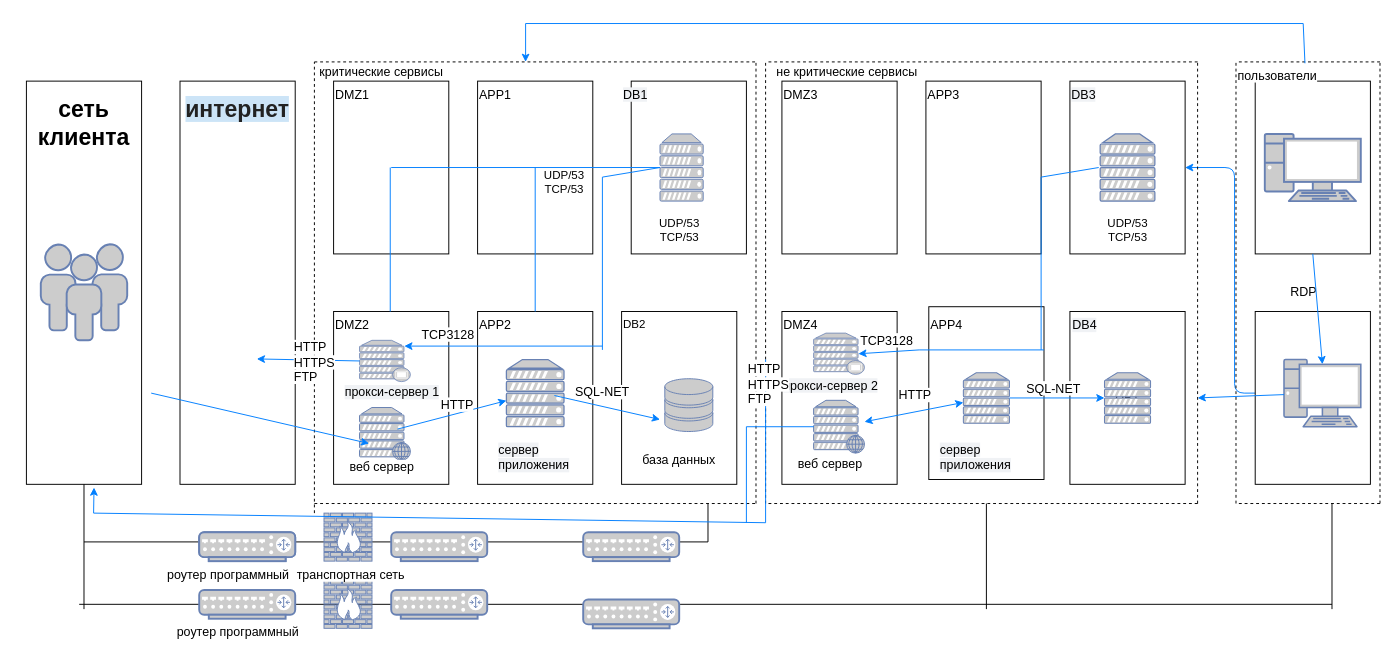
Before: ШИФТ.drawio in KotFedot21/-_1, a draw.io diagram. Source tidied: cells renumbered, new cells numbered last; positions are measured from the earlier drawing's top-left corner, leaving out a move shared by most shapes. Both pictures are drawn from the tidied source at 96%, with x=0, y=0 at pixel (16, 23).
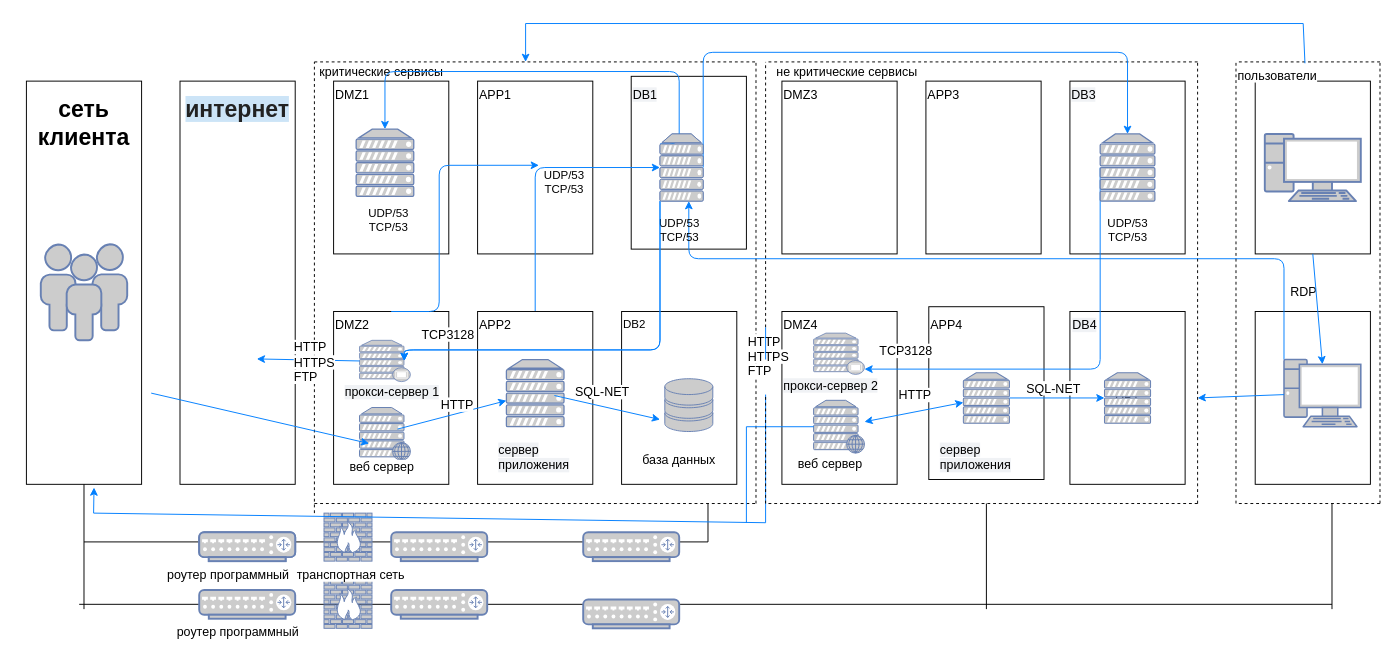
After the change.

The change refers to these unchanged cells:
```xml
<mxCell id="7" style="rounded=0;whiteSpace=wrap;html=1;" parent="1" vertex="1">
  <mxGeometry x="330" y="300" width="120" height="180" as="geometry" />
</mxCell>
<mxCell id="8" style="rounded=0;whiteSpace=wrap;html=1;" parent="1" vertex="1">
  <mxGeometry x="480" y="60" width="120" height="180" as="geometry" />
</mxCell>
<mxCell id="10" style="rounded=0;whiteSpace=wrap;html=1;" parent="1" vertex="1">
  <mxGeometry x="480" y="300" width="120" height="180" as="geometry" />
</mxCell>
<mxCell id="15" style="rounded=0;whiteSpace=wrap;html=1;" parent="1" vertex="1">
  <mxGeometry x="1097" y="60" width="120" height="180" as="geometry" />
</mxCell>
<mxCell id="23" style="fontColor=#0066CC;verticalAlign=top;verticalLabelPosition=bottom;labelPosition=center;align=center;html=1;outlineConnect=0;fillColor=#CCCCCC;strokeColor=#6881B3;gradientColor=none;gradientDirection=north;strokeWidth=2;shape=mxgraph.networks.proxy_server;" parent="1" vertex="1">
  <mxGeometry x="357" y="330" width="53" height="43" as="geometry" />
</mxCell>
<mxCell id="27" style="fontColor=#0066CC;verticalAlign=top;verticalLabelPosition=bottom;labelPosition=center;align=center;html=1;outlineConnect=0;fillColor=#CCCCCC;strokeColor=#6881B3;gradientColor=none;gradientDirection=north;strokeWidth=2;shape=mxgraph.networks.pc;" parent="1" vertex="1">
  <mxGeometry x="1320" y="350" width="80" height="70" as="geometry" />
</mxCell>
<mxCell id="30" style="fontColor=#0066CC;verticalAlign=top;verticalLabelPosition=bottom;labelPosition=center;align=center;html=1;outlineConnect=0;fillColor=#CCCCCC;strokeColor=#6881B3;gradientColor=none;gradientDirection=north;strokeWidth=2;shape=mxgraph.networks.proxy_server;" parent="1" vertex="1">
  <mxGeometry x="830" y="322.5" width="53" height="43" as="geometry" />
</mxCell>
<mxCell id="66" value="&lt;span style=&quot;color: rgb(0 , 0 , 0) ; font-size: 13px ; font-style: normal ; font-weight: 400 ; letter-spacing: normal ; text-align: left ; text-indent: 0px ; text-transform: none ; word-spacing: 0px ; background-color: rgb(255 , 255 , 255) ; display: inline ; float: none&quot;&gt;APP2&lt;/span&gt;" style="text;whiteSpace=wrap;html=1;" parent="1" vertex="1">
  <mxGeometry x="480" y="300" width="60" height="30" as="geometry" />
</mxCell>
<mxCell id="111" style="fontColor=#0066CC;verticalAlign=top;verticalLabelPosition=bottom;labelPosition=center;align=center;html=1;outlineConnect=0;fillColor=#CCCCCC;strokeColor=#6881B3;gradientColor=none;gradientDirection=north;strokeWidth=2;shape=mxgraph.networks.server;" parent="1" vertex="1">
  <mxGeometry x="1128.5" y="115" width="57" height="70" as="geometry" />
</mxCell>
<mxCell id="112" style="fontColor=#0066CC;verticalAlign=top;verticalLabelPosition=bottom;labelPosition=center;align=center;html=1;outlineConnect=0;fillColor=#CCCCCC;strokeColor=#6881B3;gradientColor=none;gradientDirection=north;strokeWidth=2;shape=mxgraph.networks.server;" parent="1" vertex="1">
  <mxGeometry x="670" y="115" width="45" height="70" as="geometry" />
</mxCell>
<mxCell id="120" value="UDP/53&lt;br&gt;TCP/53" style="text;html=1;align=center;verticalAlign=middle;points=[];" parent="1" vertex="1">
  <mxGeometry x="540" y="150" width="60" height="30" as="geometry" />
</mxCell>
```

Diff of the diagram source:
```diff
@@
     <mxCell id="9" style="rounded=0;whiteSpace=wrap;html=1;" parent="1" vertex="1">
-      <mxGeometry x="640" y="60" width="120" height="180" as="geometry" />
+      <mxGeometry x="640" y="55" width="120" height="180" as="geometry" />
     </mxCell>
+    <mxCell id="124" style="edgeStyle=orthogonalEdgeStyle;rounded=1;jettySize=auto;html=1;exitX=0.5;exitY=0;exitDx=0;exitDy=0;strokeColor=#007FFF;" parent="1" edge="1" source="10">
+      <mxGeometry relative="1" as="geometry">
+        <mxPoint x="670" y="150" as="targetPoint" />
+        <Array as="points">
+          <mxPoint x="540" y="150" />
+        </Array>
+      </mxGeometry>
+    </mxCell>
@@
-    <mxCell id="19" style="edgeStyle=orthogonalEdgeStyle;rounded=1;jettySize=auto;html=1;exitX=0;exitY=0.5;exitDx=0;exitDy=0;strokeColor=#007FFF;exitPerimeter=0;entryX=1;entryY=0.5;entryDx=0;entryDy=0;" parent="1" edge="1" source="27" target="15">
-      <mxGeometry relative="1" as="geometry" />
-    </mxCell>
@@
+    <mxCell id="125" style="edgeStyle=orthogonalEdgeStyle;rounded=1;jettySize=auto;html=1;exitX=0;exitY=0;exitDx=0;exitDy=0;exitPerimeter=0;strokeColor=#007FFF;" parent="1" edge="1" source="27" target="134">
+      <mxGeometry relative="1" as="geometry">
+        <Array as="points">
+          <mxPoint x="1320" y="245" />
+          <mxPoint x="700" y="245" />
+        </Array>
+      </mxGeometry>
+    </mxCell>
@@
-    <mxCell id="47" style="endArrow=none;dashed=1;html=1;" parent="1" edge="1">
+    <mxCell id="47" style="endArrow=none;dashed=1;html=1;" parent="1" edge="1" source="105">
       <mxGeometry relative="1" as="geometry">
-        <mxPoint x="780" y="500" as="sourcePoint" />
         <mxPoint x="780" y="40" as="targetPoint" />
       </mxGeometry>
     </mxCell>
@@
     <mxCell id="61" value="&lt;span style=&quot;color: rgb(0, 0, 0); font-size: 13px; font-style: normal; font-weight: 400; letter-spacing: normal; text-align: left; text-indent: 0px; text-transform: none; word-spacing: 0px; background-color: rgb(240, 242, 245); display: inline; float: none;&quot;&gt;DB1&lt;/span&gt;" style="text;whiteSpace=wrap;html=1;" parent="1" vertex="1">
-      <mxGeometry x="630" y="60" width="50" height="30" as="geometry" />
+      <mxGeometry x="640" y="60" width="50" height="30" as="geometry" />
     </mxCell>
@@
-    <mxCell id="90" style="endArrow=none;html=1;strokeColor=#007FFF;" parent="1" edge="1">
+    <mxCell id="90" style="endArrow=none;html=1;strokeColor=#007FFF;" parent="1" edge="1" source="105">
       <mxGeometry relative="1" as="geometry">
-        <mxPoint x="780" y="350" as="sourcePoint" />
         <mxPoint x="780" y="520" as="targetPoint" />
       </mxGeometry>
     </mxCell>
@@
-    <mxCell id="93" style="endArrow=classic;html=1;strokeColor=#007FFF;entryX=0.88;entryY=0.5;entryDx=0;entryDy=0;entryPerimeter=0;" parent="1" edge="1" target="30">
-      <mxGeometry relative="1" as="geometry">
-        <mxPoint x="940" y="340" as="sourcePoint" />
-      </mxGeometry>
-    </mxCell>
@@
-    <mxCell id="101" style="endArrow=classic;html=1;strokeColor=#007FFF;entryX=0.88;entryY=0.14;entryDx=0;entryDy=0;entryPerimeter=0;" parent="1" edge="1" target="23">
-      <mxGeometry relative="1" as="geometry">
-        <mxPoint x="610" y="336" as="sourcePoint" />
-      </mxGeometry>
-    </mxCell>
@@
-    <mxCell id="105" value="&lt;span style=&quot;color: rgb(0, 0, 0); font-size: 13px; font-style: normal; font-weight: 400; letter-spacing: normal; text-align: left; text-indent: 0px; text-transform: none; word-spacing: 0px; background-color: rgb(255, 255, 255); display: inline; float: none;&quot;&gt;HTTP&lt;/span&gt;&lt;br style=&quot;color: rgb(0, 0, 0); font-size: 13px; font-style: normal; font-weight: 400; letter-spacing: normal; text-align: left; text-indent: 0px; text-transform: none; word-spacing: 0px; background-color: rgb(255, 255, 255);&quot;&gt;&lt;span style=&quot;color: rgb(0, 0, 0); font-size: 13px; font-style: normal; font-weight: 400; letter-spacing: normal; text-align: left; text-indent: 0px; text-transform: none; word-spacing: 0px; background-color: rgb(255, 255, 255); display: inline; float: none;&quot;&gt;HTTPS&lt;/span&gt;&lt;br style=&quot;color: rgb(0, 0, 0); font-size: 13px; font-style: normal; font-weight: 400; letter-spacing: normal; text-align: left; text-indent: 0px; text-transform: none; word-spacing: 0px; background-color: rgb(255, 255, 255);&quot;&gt;&lt;span style=&quot;color: rgb(0, 0, 0); font-size: 13px; font-style: normal; font-weight: 400; letter-spacing: normal; text-align: left; text-indent: 0px; text-transform: none; word-spacing: 0px; background-color: rgb(255, 255, 255); display: inline; float: none;&quot;&gt;FTP&lt;/span&gt;" style="text;whiteSpace=wrap;html=1;" parent="1" vertex="1">
-      <mxGeometry x="760" y="346.2" width="40" height="70" as="geometry" />
-    </mxCell>
@@
     <mxCell id="110" value="&lt;span style=&quot;color: rgb(0, 0, 0); font-size: 13px; font-style: normal; font-weight: 400; letter-spacing: normal; text-align: left; text-indent: 0px; text-transform: none; word-spacing: 0px; background-color: rgb(255, 255, 255); display: inline; float: none;&quot;&gt;TCP3128&lt;/span&gt;" style="text;whiteSpace=wrap;html=1;" parent="1" vertex="1">
-      <mxGeometry x="877" y="316.2" width="80" height="30" as="geometry" />
+      <mxGeometry x="897" y="327" width="80" height="30" as="geometry" />
     </mxCell>
+    <mxCell id="126" style="edgeStyle=orthogonalEdgeStyle;rounded=1;jettySize=auto;html=1;exitX=0;exitY=0.5;exitDx=0;exitDy=0;exitPerimeter=0;strokeColor=#007FFF;" parent="1" edge="1" source="111" target="30">
+      <mxGeometry relative="1" as="geometry">
+        <Array as="points">
+          <mxPoint x="1129" y="360" />
+        </Array>
+      </mxGeometry>
+    </mxCell>
@@
+    <mxCell id="127" style="edgeStyle=orthogonalEdgeStyle;rounded=1;jettySize=auto;html=1;exitX=0;exitY=1;exitDx=0;exitDy=0;exitPerimeter=0;entryX=0.88;entryY=0.5;entryDx=0;entryDy=0;entryPerimeter=0;strokeColor=#007FFF;" parent="1" edge="1" source="112" target="23">
+      <mxGeometry relative="1" as="geometry">
+        <Array as="points">
+          <mxPoint x="670" y="340" />
+          <mxPoint x="404" y="340" />
+        </Array>
+      </mxGeometry>
+    </mxCell>
@@
-    <mxCell id="115" style="endArrow=none;html=1;strokeColor=#007FFF;" parent="1" edge="1">
-      <mxGeometry relative="1" as="geometry">
-        <mxPoint x="610" y="340" as="sourcePoint" />
-        <mxPoint x="610" y="160" as="targetPoint" />
-      </mxGeometry>
-    </mxCell>
-    <mxCell id="116" style="endArrow=none;html=1;strokeColor=#007FFF;entryX=0;entryY=0.5;entryDx=0;entryDy=0;entryPerimeter=0;" parent="1" edge="1" target="112">
-      <mxGeometry relative="1" as="geometry">
-        <mxPoint x="610" y="160" as="sourcePoint" />
-      </mxGeometry>
-    </mxCell>
-    <mxCell id="117" style="endArrow=none;html=1;strokeColor=#007FFF;exitX=1;exitY=0;exitDx=0;exitDy=0;entryX=0.5;entryY=0.5;entryDx=0;entryDy=0;entryPerimeter=0;" parent="1" edge="1" source="66" target="8">
-      <mxGeometry relative="1" as="geometry" />
-    </mxCell>
-    <mxCell id="118" style="endArrow=none;html=1;strokeColor=#007FFF;exitX=1;exitY=0;exitDx=0;exitDy=0;entryX=0.5;entryY=0.5;entryDx=0;entryDy=0;entryPerimeter=0;" parent="1" edge="1">
-      <mxGeometry relative="1" as="geometry">
-        <mxPoint x="389" y="300" as="sourcePoint" />
-        <mxPoint x="389" y="150" as="targetPoint" />
-      </mxGeometry>
-    </mxCell>
-    <mxCell id="119" style="endArrow=none;html=1;strokeColor=#007FFF;" parent="1" edge="1">
-      <mxGeometry relative="1" as="geometry">
-        <mxPoint x="390" y="150" as="sourcePoint" />
-        <mxPoint x="670" y="150" as="targetPoint" />
-      </mxGeometry>
-    </mxCell>
@@
-    <mxCell id="121" style="endArrow=none;html=1;strokeColor=#007FFF;" parent="1" edge="1">
-      <mxGeometry relative="1" as="geometry">
-        <mxPoint x="1067" y="340" as="sourcePoint" />
-        <mxPoint x="1067" y="160" as="targetPoint" />
-      </mxGeometry>
-    </mxCell>
-    <mxCell id="122" style="endArrow=none;html=1;strokeColor=#007FFF;entryX=0;entryY=0.5;entryDx=0;entryDy=0;entryPerimeter=0;" parent="1" edge="1">
-      <mxGeometry relative="1" as="geometry">
-        <mxPoint x="1067" y="160" as="sourcePoint" />
-        <mxPoint x="1127" y="150" as="targetPoint" />
-      </mxGeometry>
-    </mxCell>
-    <mxCell id="123" style="endArrow=none;html=1;strokeColor=#007FFF;" parent="1" edge="1">
-      <mxGeometry relative="1" as="geometry">
-        <mxPoint x="940" y="340" as="sourcePoint" />
-        <mxPoint x="1070" y="340" as="targetPoint" />
-      </mxGeometry>
-    </mxCell>
+    <mxCell id="128" style="endArrow=none;dashed=1;html=1;" parent="1" edge="1" target="105">
+      <mxGeometry relative="1" as="geometry">
+        <mxPoint x="780" y="500" as="sourcePoint" />
+      </mxGeometry>
+    </mxCell>
+    <mxCell id="105" value="&lt;span style=&quot;color: rgb(0, 0, 0); font-size: 13px; font-style: normal; font-weight: 400; letter-spacing: normal; text-align: left; text-indent: 0px; text-transform: none; word-spacing: 0px; background-color: rgb(255, 255, 255); display: inline; float: none;&quot;&gt;HTTP&lt;/span&gt;&lt;br style=&quot;color: rgb(0, 0, 0); font-size: 13px; font-style: normal; font-weight: 400; letter-spacing: normal; text-align: left; text-indent: 0px; text-transform: none; word-spacing: 0px; background-color: rgb(255, 255, 255);&quot;&gt;&lt;span style=&quot;color: rgb(0, 0, 0); font-size: 13px; font-style: normal; font-weight: 400; letter-spacing: normal; text-align: left; text-indent: 0px; text-transform: none; word-spacing: 0px; background-color: rgb(255, 255, 255); display: inline; float: none;&quot;&gt;HTTPS&lt;/span&gt;&lt;br style=&quot;color: rgb(0, 0, 0); font-size: 13px; font-style: normal; font-weight: 400; letter-spacing: normal; text-align: left; text-indent: 0px; text-transform: none; word-spacing: 0px; background-color: rgb(255, 255, 255);&quot;&gt;&lt;span style=&quot;color: rgb(0, 0, 0); font-size: 13px; font-style: normal; font-weight: 400; letter-spacing: normal; text-align: left; text-indent: 0px; text-transform: none; word-spacing: 0px; background-color: rgb(255, 255, 255); display: inline; float: none;&quot;&gt;FTP&lt;/span&gt;" style="text;whiteSpace=wrap;html=1;" parent="1" vertex="1">
+      <mxGeometry x="760" y="316.5" width="40" height="70" as="geometry" />
+    </mxCell>
+    <mxCell id="129" style="endArrow=none;html=1;strokeColor=#007FFF;" parent="1" edge="1" target="105">
+      <mxGeometry relative="1" as="geometry">
+        <mxPoint x="780" y="350" as="sourcePoint" />
+      </mxGeometry>
+    </mxCell>
+    <mxCell id="130" style="edgeStyle=orthogonalEdgeStyle;rounded=1;jettySize=auto;html=1;exitX=0.5;exitY=0;exitDx=0;exitDy=0;entryX=0.064;entryY=-0.078;entryDx=0;entryDy=0;entryPerimeter=0;strokeColor=#007FFF;" parent="1" edge="1" source="7" target="120">
+      <mxGeometry relative="1" as="geometry">
+        <Array as="points">
+          <mxPoint x="440" y="300" />
+          <mxPoint x="440" y="148" />
+        </Array>
+      </mxGeometry>
+    </mxCell>
+    <mxCell id="131" style="edgeStyle=orthogonalEdgeStyle;rounded=1;jettySize=auto;html=1;exitX=0;exitY=1;exitDx=0;exitDy=0;exitPerimeter=0;entryX=0.88;entryY=0.5;entryDx=0;entryDy=0;entryPerimeter=0;strokeColor=#007FFF;" parent="1" edge="1" source="134">
+      <mxGeometry relative="1" as="geometry">
+        <mxPoint x="403.6" y="351.5" as="targetPoint" />
+        <Array as="points">
+          <mxPoint x="670" y="340" />
+          <mxPoint x="404" y="340" />
+        </Array>
+      </mxGeometry>
+    </mxCell>
+    <mxCell id="132" style="edgeStyle=orthogonalEdgeStyle;rounded=1;jettySize=auto;html=1;exitX=1;exitY=0.5;exitDx=0;exitDy=0;exitPerimeter=0;entryX=0.5;entryY=0;entryDx=0;entryDy=0;entryPerimeter=0;strokeColor=#007FFF;" parent="1" edge="1" source="134" target="111">
+      <mxGeometry relative="1" as="geometry">
+        <Array as="points">
+          <mxPoint x="715" y="30" />
+          <mxPoint x="1157" y="30" />
+        </Array>
+      </mxGeometry>
+    </mxCell>
+    <mxCell id="133" style="edgeStyle=orthogonalEdgeStyle;rounded=1;jettySize=auto;html=1;exitX=0;exitY=0.15;exitDx=0;exitDy=0;exitPerimeter=0;entryX=0.5;entryY=0;entryDx=0;entryDy=0;entryPerimeter=0;strokeColor=#007FFF;" parent="1" edge="1" source="134" target="135">
+      <mxGeometry relative="1" as="geometry">
+        <Array as="points">
+          <mxPoint x="690" y="126" />
+          <mxPoint x="690" y="50" />
+          <mxPoint x="384" y="50" />
+        </Array>
+      </mxGeometry>
+    </mxCell>
+    <mxCell id="134" style="fontColor=#0066CC;verticalAlign=top;verticalLabelPosition=bottom;labelPosition=center;align=center;html=1;outlineConnect=0;fillColor=#CCCCCC;strokeColor=#6881B3;gradientColor=none;gradientDirection=north;strokeWidth=2;shape=mxgraph.networks.server;" parent="1" vertex="1">
+      <mxGeometry x="670" y="115" width="45" height="70" as="geometry" />
+    </mxCell>
+    <mxCell id="135" style="fontColor=#0066CC;verticalAlign=top;verticalLabelPosition=bottom;labelPosition=center;align=center;html=1;outlineConnect=0;fillColor=#CCCCCC;strokeColor=#6881B3;gradientColor=none;gradientDirection=north;strokeWidth=2;shape=mxgraph.networks.server;" parent="1" vertex="1">
+      <mxGeometry x="353.5" y="110" width="60" height="70" as="geometry" />
+    </mxCell>
+    <mxCell id="136" value="UDP/53&lt;br&gt;TCP/53" style="text;html=1;align=center;verticalAlign=middle;" parent="1" vertex="1">
+      <mxGeometry x="357" y="190" width="60" height="30" as="geometry" />
+    </mxCell>
```
